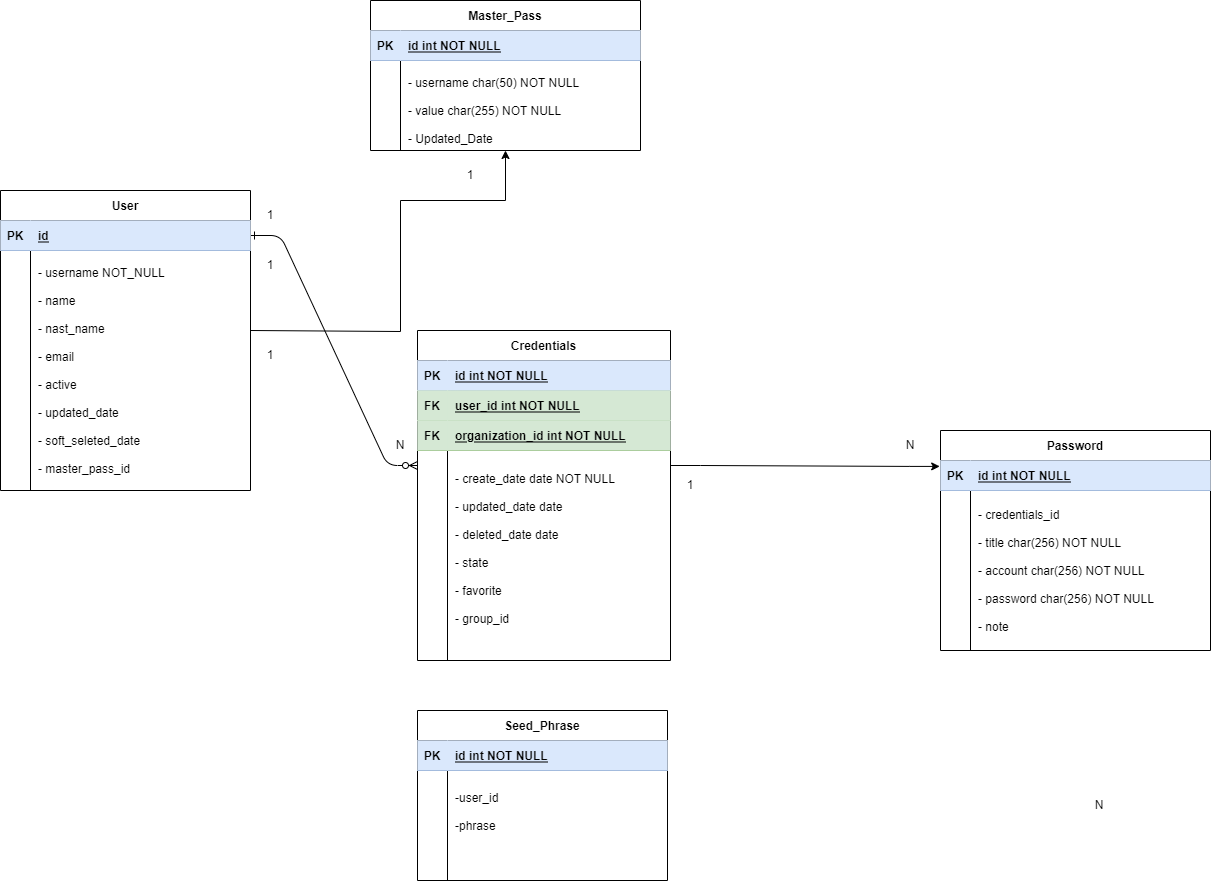
Earlier version of the draw.io export docs/db/password_manager_ddbb-Final-schema-ddbb.drawio.png (VaultShield/backend). Source tidied: cells renumbered, new cells last; positions are measured from the earlier drawing's top-left corner, leaving out a move shared by most shapes.
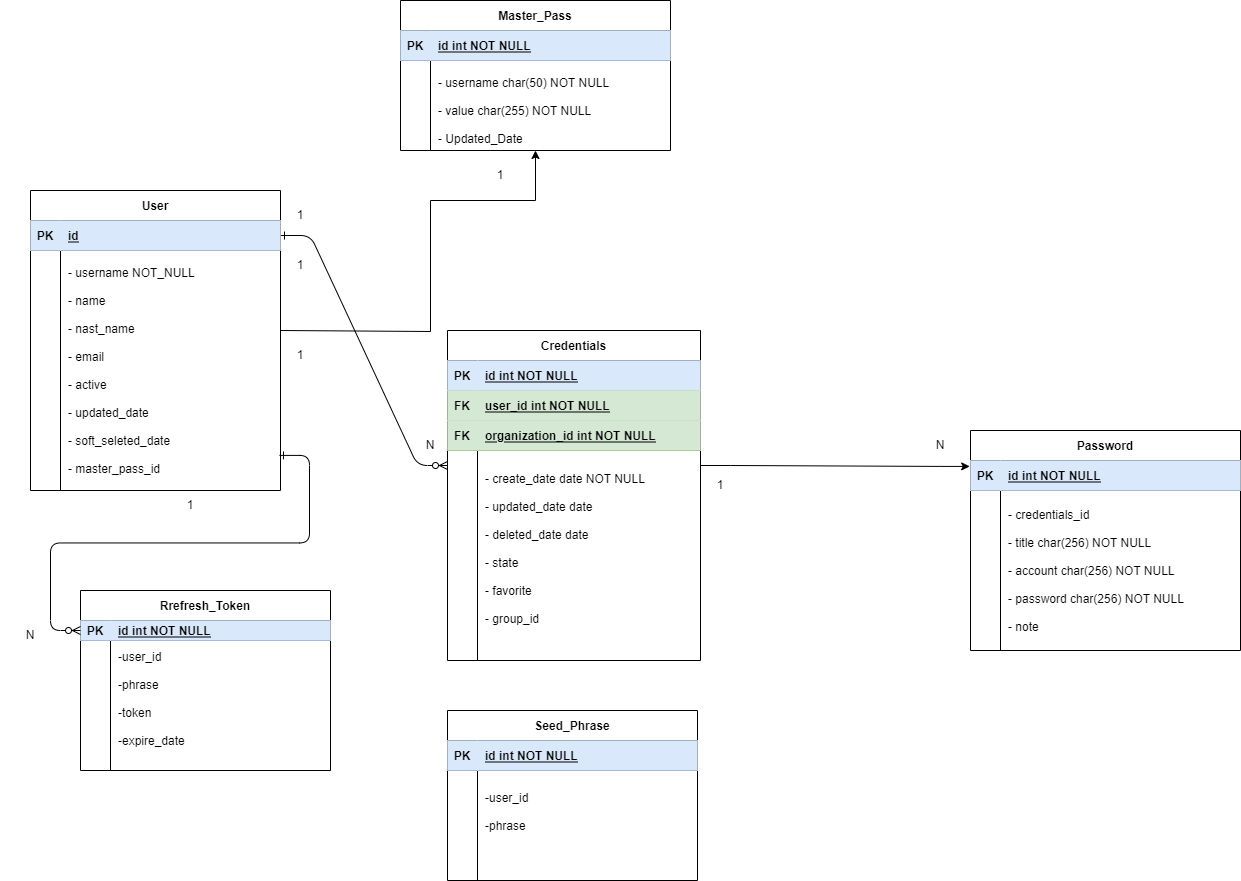
After the commit.

Commit message:
feat: improve documentation added the Token Entity in the final ddbb

Diff of the diagram source:
```diff
@@ -155,9 +155,6 @@
     <mxCell id="48" value="N" style="text;html=1;align=center;verticalAlign=middle;whiteSpace=wrap;rounded=0;" parent="1" vertex="1">
       <mxGeometry x="880" y="430" width="60" height="30" as="geometry" />
     </mxCell>
-    <mxCell id="49" value="N" style="text;html=1;align=center;verticalAlign=middle;whiteSpace=wrap;rounded=0;" parent="1" vertex="1">
-      <mxGeometry x="1069" y="790" width="60" height="30" as="geometry" />
-    </mxCell>
     <mxCell id="50" value="Seed_Phrase" style="shape=table;startSize=30;rowLines=0;fontStyle=1;align=center;" parent="1" vertex="1">
       <mxGeometry x="417" y="710" width="250" height="170" as="geometry" />
     </mxCell>
@@ -179,5 +176,37 @@
     <mxCell id="56" value="-user_id&#10;&#10;-phrase&#10;&#10;" style="shape=partialRectangle;overflow=hidden;fillColor=none;top=0;left=0;bottom=0;right=0;align=left;spacingLeft=6;" parent="54" vertex="1">
       <mxGeometry x="30" width="220" height="110" as="geometry" />
     </mxCell>
+    <mxCell id="57" value="Rrefresh_Token" style="shape=table;startSize=30;rowLines=0;fontStyle=1;align=center;" parent="1" vertex="1">
+      <mxGeometry x="50" y="590" width="250" height="180" as="geometry" />
+    </mxCell>
+    <mxCell id="58" style="shape=partialRectangle;fillColor=#dae8fc;top=0;left=0;right=0;bottom=1;strokeColor=#6c8ebf;" parent="57" vertex="1">
+      <mxGeometry y="30" width="250" height="20" as="geometry" />
+    </mxCell>
+    <mxCell id="59" value="PK" style="shape=partialRectangle;overflow=hidden;fillColor=#dae8fc;top=0;left=0;bottom=0;right=0;fontStyle=1;strokeColor=#6c8ebf;" parent="58" vertex="1">
+      <mxGeometry width="30" height="20" as="geometry" />
+    </mxCell>
+    <mxCell id="60" value="id int NOT NULL " style="shape=partialRectangle;overflow=hidden;fillColor=#dae8fc;top=0;left=0;bottom=0;right=0;align=left;spacingLeft=6;fontStyle=5;strokeColor=#6c8ebf;" parent="58" vertex="1">
+      <mxGeometry x="30" width="220" height="20" as="geometry" />
+    </mxCell>
+    <mxCell id="61" style="shape=partialRectangle;fillColor=none;top=0;left=0;right=0;bottom=0;" parent="57" vertex="1">
+      <mxGeometry y="50" width="250" height="130" as="geometry" />
+    </mxCell>
+    <mxCell id="62" style="shape=partialRectangle;overflow=hidden;fillColor=none;top=0;left=0;bottom=0;right=0;" parent="61" vertex="1">
+      <mxGeometry width="30" height="130" as="geometry" />
+    </mxCell>
+    <mxCell id="63" value="-user_id&#10;&#10;-phrase&#10;&#10;-token&#10;&#10;-expire_date&#10;" style="shape=partialRectangle;overflow=hidden;fillColor=none;top=0;left=0;bottom=0;right=0;align=left;spacingLeft=6;" parent="61" vertex="1">
+      <mxGeometry x="30" width="220" height="130" as="geometry" />
+    </mxCell>
+    <mxCell id="64" style="edgeStyle=entityRelationEdgeStyle;endArrow=ERzeroToMany;startArrow=ERone;endFill=1;startFill=0;exitX=0.996;exitY=0.661;exitDx=0;exitDy=0;exitPerimeter=0;" parent="1" edge="1" source="38">
+      <mxGeometry relative="1" as="geometry">
+        <mxPoint x="50" y="630" as="targetPoint" />
+      </mxGeometry>
+    </mxCell>
+    <mxCell id="49" value="N" style="text;html=1;align=center;verticalAlign=middle;whiteSpace=wrap;rounded=0;" parent="1" vertex="1">
+      <mxGeometry x="-30" y="620" width="60" height="30" as="geometry" />
+    </mxCell>
+    <mxCell id="65" value="1" style="text;html=1;align=center;verticalAlign=middle;whiteSpace=wrap;rounded=0;" parent="1" vertex="1">
+      <mxGeometry x="130" y="490" width="60" height="30" as="geometry" />
+    </mxCell>
   </root>
 </mxGraphModel>
```
